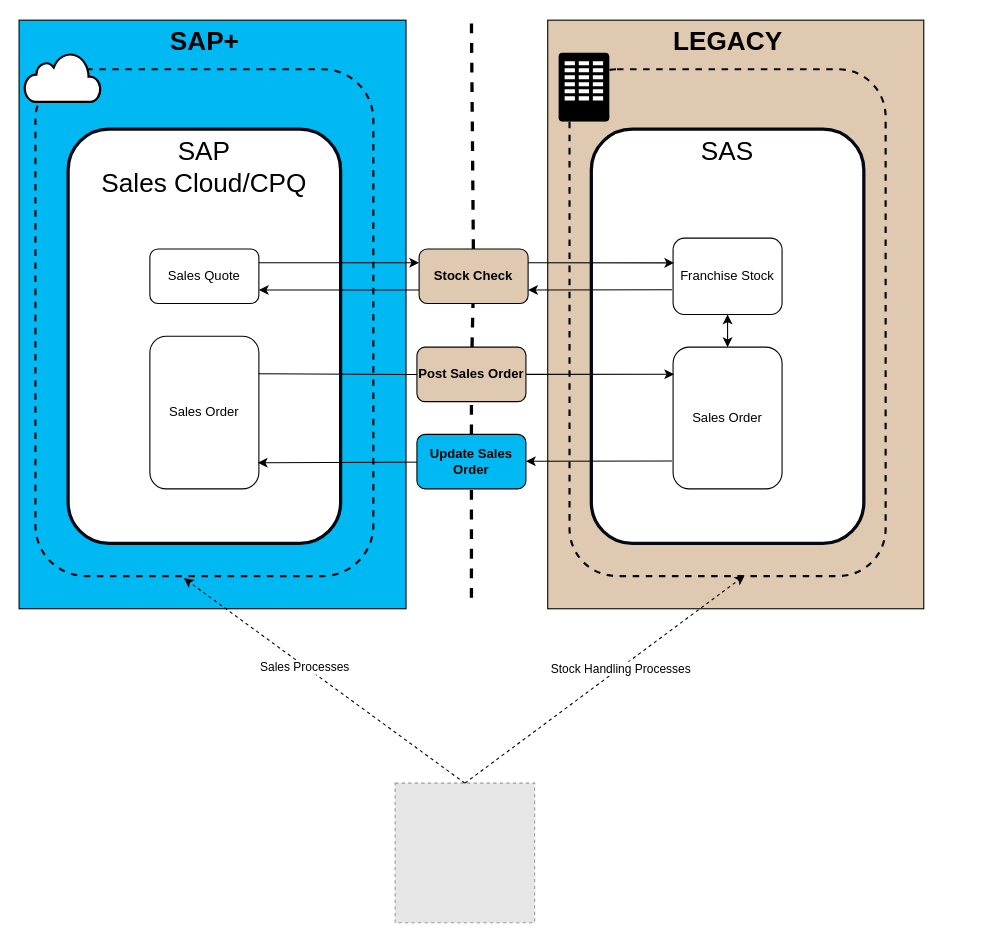
This is page "Option 3a - SAS" (5 of 10) of Franchise.drawio from mrf742002/Diagrams, a draw.io file, before an edit. Source tidied: cells renumbered, new cells numbered last; positions are measured from the earlier drawing's top-left corner, leaving out a move shared by most shapes. Both pictures are drawn from the tidied source at 109%, with x=0, y=0 at pixel (19, 20). Pictures stored in the file or linked from it are replaced by grey dashed boxes.
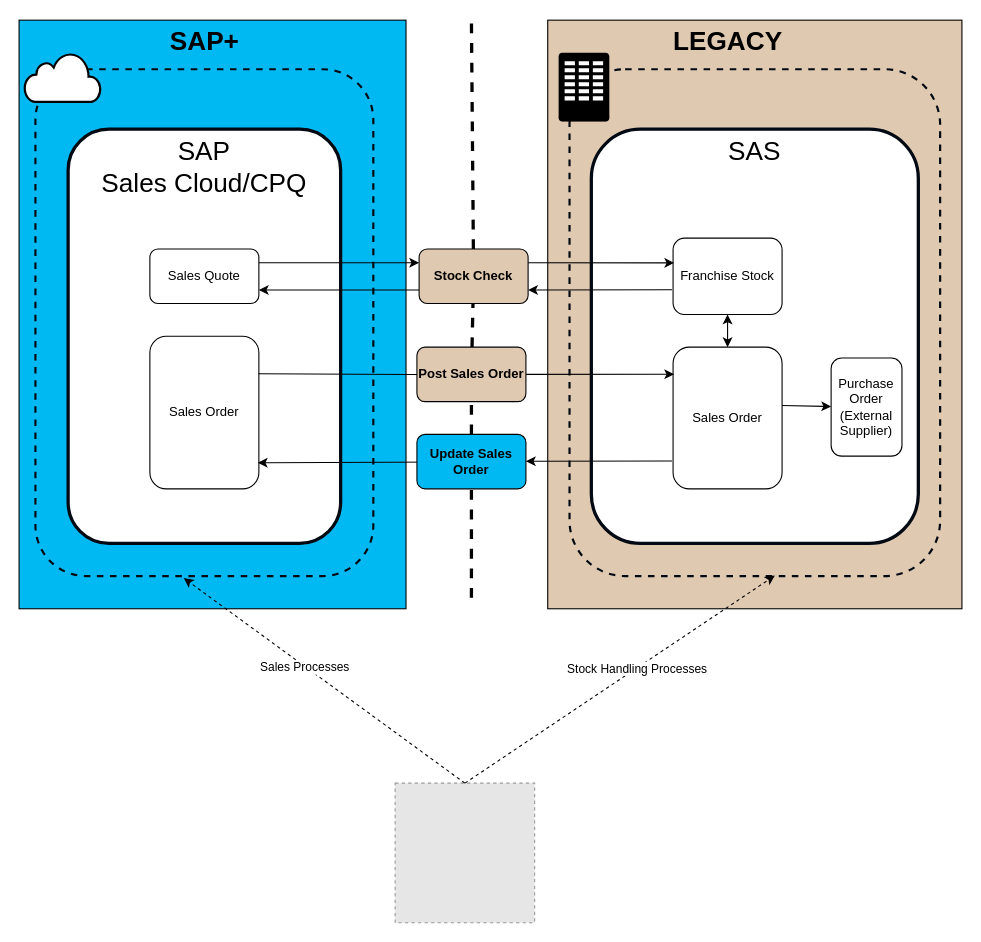
After the change.

The change refers to these unchanged cells:
```xml
<mxCell id="9" value="Sales Order" style="rounded=1;whiteSpace=wrap;html=1;" parent="1" vertex="1">
  <mxGeometry x="600" y="300" width="100" height="130" as="geometry" />
</mxCell>
```

The edit, as a diff of the source:
```diff
@@
     <mxCell id="2" style="rounded=0;whiteSpace=wrap;html=1;fillColor=#E0C9B1;" parent="1" vertex="1">
-      <mxGeometry x="485" width="345" height="540" as="geometry" />
+      <mxGeometry x="485" width="380" height="540" as="geometry" />
     </mxCell>
@@
     <mxCell id="5" style="rounded=1;whiteSpace=wrap;html=1;verticalAlign=top;strokeWidth=2;strokeColor=#020912;fillColor=none;dashed=1;" parent="1" vertex="1">
-      <mxGeometry x="505" y="45" width="290" height="465" as="geometry" />
+      <mxGeometry x="505" y="45" width="340" height="465" as="geometry" />
     </mxCell>
     <mxCell id="6" value="&lt;font style=&quot;font-size: 24px&quot;&gt;SAS&lt;/font&gt;" style="rounded=1;whiteSpace=wrap;html=1;verticalAlign=top;strokeWidth=3;strokeColor=#020912;" parent="1" vertex="1">
-      <mxGeometry x="525" y="100" width="250" height="380" as="geometry" />
+      <mxGeometry x="525" y="100" width="300" height="380" as="geometry" />
     </mxCell>
@@
+    <mxCell id="37" value="Purchase Order (External Supplier)" style="rounded=1;whiteSpace=wrap;html=1;" parent="1" vertex="1">
+      <mxGeometry x="745" y="310" width="65" height="90" as="geometry" />
+    </mxCell>
+    <mxCell id="38" style="endArrow=classic;html=1;exitX=1;exitY=0.412;exitDx=0;exitDy=0;exitPerimeter=0;" parent="1" edge="1" source="9" target="37">
+      <mxGeometry relative="1" as="geometry" />
+    </mxCell>
```
